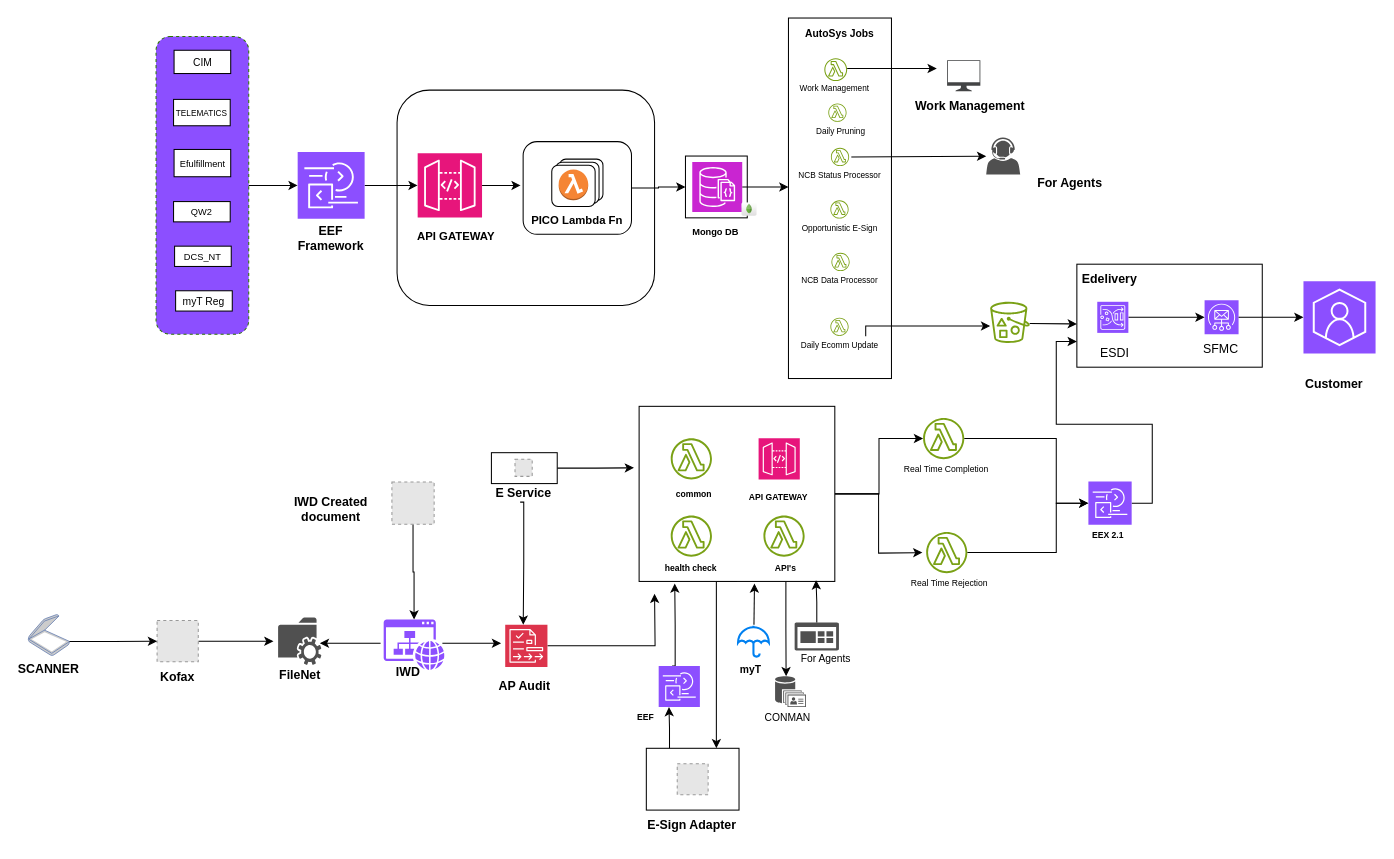
Above: page "Page-4" (4 of 4) of Untitled Diagram.drawio in vigneshsdev/ServerlessArchitectureDiagrams (draw.io), before the change. Source tidied: cells renumbered, new cells numbered last; positions are measured from the earlier drawing's top-left corner, leaving out a move shared by most shapes. Both pictures are drawn from the tidied source at 103%, with x=0, y=0 at pixel (18, 18). Pictures stored in the file or linked from it are replaced by grey dashed boxes.
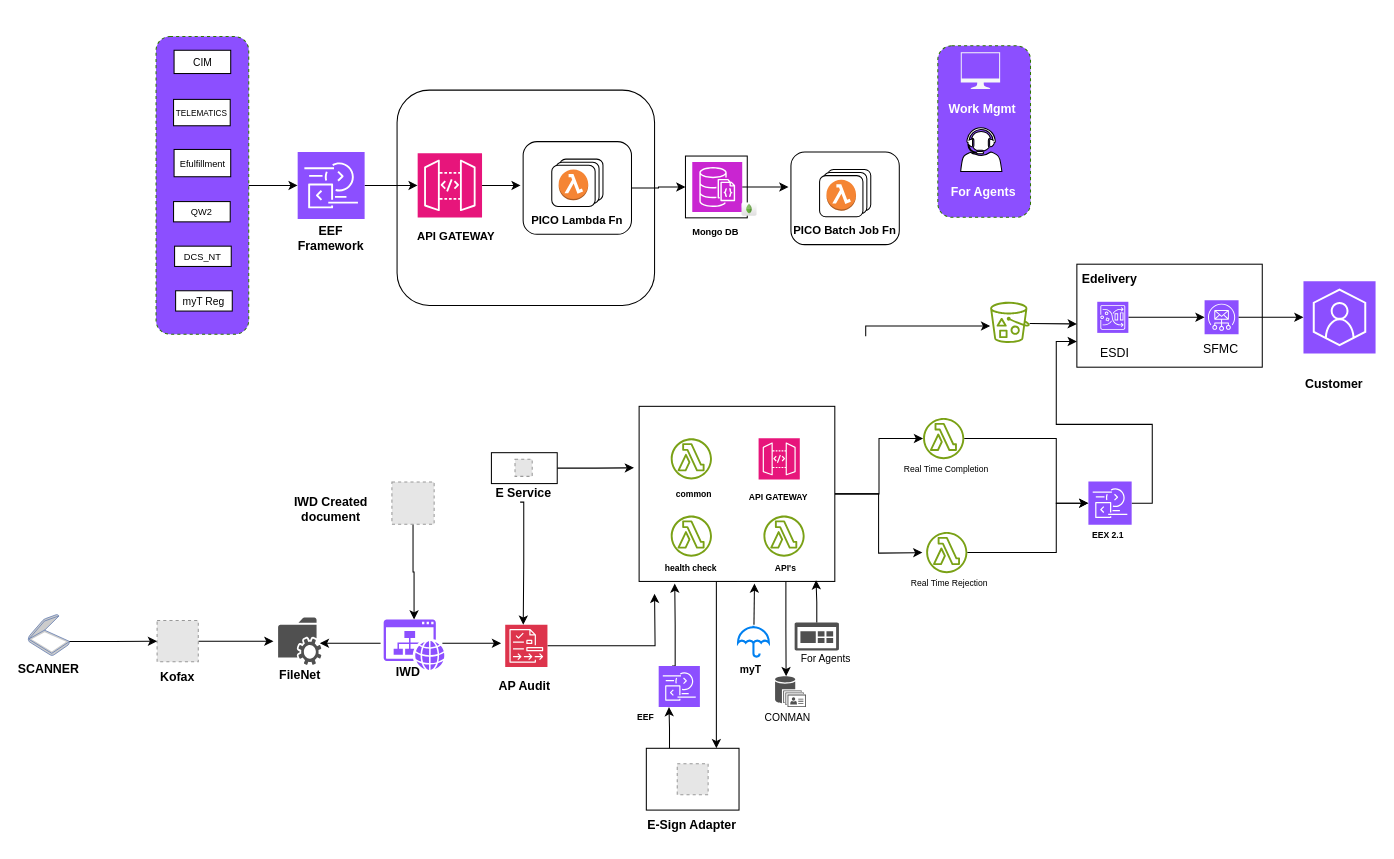
After the change.

The change refers to these unchanged cells:
```xml
<mxCell id="38" style="sketch=0;outlineConnect=0;fontColor=#232F3E;gradientColor=none;fillColor=#7AA116;strokeColor=none;dashed=0;verticalLabelPosition=bottom;verticalAlign=top;align=center;html=1;fontSize=12;fontStyle=0;shape=mxgraph.aws4.bucket_with_objects;" parent="1" vertex="1">
  <mxGeometry x="943.8" y="275.5" width="38.5" height="40" as="geometry" />
</mxCell>
```

Change to the diagram source:
```diff
@@
-    <mxCell id="12" style="group;" parent="1" vertex="1">
-      <mxGeometry x="748" width="101" height="350" as="geometry" />
-    </mxCell>
-    <mxCell id="13" style="rounded=0;whiteSpace=wrap;html=1;" parent="12" vertex="1">
-      <mxGeometry width="100" height="350" as="geometry" />
-    </mxCell>
-    <mxCell id="14" value="&lt;div style=&quot;&quot;&gt;&lt;font size=&quot;1&quot;&gt;&lt;b&gt;AutoSys Jobs&lt;/b&gt;&lt;/font&gt;&lt;/div&gt;" style="text;html=1;align=center;verticalAlign=middle;whiteSpace=wrap;rounded=0;" parent="12" vertex="1">
-      <mxGeometry width="100" height="30" as="geometry" />
-    </mxCell>
-    <mxCell id="15" style="group;" parent="12" vertex="1">
-      <mxGeometry x="10" y="39" width="70" height="31" as="geometry" />
-    </mxCell>
-    <mxCell id="16" value="&lt;div style=&quot;&quot;&gt;&lt;span style=&quot;font-size: 8px;&quot;&gt;Work Management&lt;/span&gt;&lt;/div&gt;" style="text;html=1;align=center;verticalAlign=middle;whiteSpace=wrap;rounded=0;" parent="15" vertex="1">
-      <mxGeometry y="22" width="70" height="12.4" as="geometry" />
-    </mxCell>
-    <mxCell id="17" style="sketch=0;fontColor=#232F3E;gradientColor=none;fillColor=#7AA116;strokeColor=none;dashed=0;verticalLabelPosition=bottom;verticalAlign=top;align=center;html=1;fontSize=12;fontStyle=0;shape=mxgraph.aws4.lambda_function;" parent="15" vertex="1">
-      <mxGeometry x="24.8" width="22.2" height="22.2" as="geometry" />
-    </mxCell>
-    <mxCell id="18" style="endArrow=classic;html=1;rounded=0;" parent="15" edge="1">
-      <mxGeometry relative="1" as="geometry">
-        <mxPoint x="47" y="10" as="sourcePoint" />
-        <mxPoint x="134" y="10" as="targetPoint" />
-      </mxGeometry>
-    </mxCell>
-    <mxCell id="19" style="endArrow=classic;html=1;rounded=0;" parent="15" edge="1" target="37">
-      <mxGeometry relative="1" as="geometry">
-        <mxPoint x="51" y="96" as="sourcePoint" />
-      </mxGeometry>
-    </mxCell>
-    <mxCell id="20" style="group;" parent="12" vertex="1">
-      <mxGeometry x="1" y="83" width="100" height="40" as="geometry" />
-    </mxCell>
-    <mxCell id="21" value="&lt;div style=&quot;&quot;&gt;&lt;span style=&quot;font-size: 8px;&quot;&gt;Daily Pruning&lt;/span&gt;&lt;/div&gt;" style="text;html=1;align=center;verticalAlign=middle;whiteSpace=wrap;rounded=0;" parent="20" vertex="1">
-      <mxGeometry y="18" width="100" height="16" as="geometry" />
-    </mxCell>
-    <mxCell id="22" style="sketch=0;fontColor=#232F3E;gradientColor=none;fillColor=#7AA116;strokeColor=none;dashed=0;verticalLabelPosition=bottom;verticalAlign=top;align=center;html=1;fontSize=12;fontStyle=0;shape=mxgraph.aws4.lambda_function;" parent="20" vertex="1">
-      <mxGeometry x="37.7" width="17.7" height="17.7" as="geometry" />
-    </mxCell>
-    <mxCell id="23" style="group;" parent="12" vertex="1">
-      <mxGeometry y="126" width="100" height="40" as="geometry" />
-    </mxCell>
-    <mxCell id="24" value="&lt;div style=&quot;&quot;&gt;&lt;span style=&quot;font-size: 8px;&quot;&gt;NCB Status Processor&lt;/span&gt;&lt;/div&gt;" style="text;html=1;align=center;verticalAlign=middle;whiteSpace=wrap;rounded=0;" parent="23" vertex="1">
-      <mxGeometry y="18" width="100" height="16" as="geometry" />
-    </mxCell>
-    <mxCell id="25" style="sketch=0;fontColor=#232F3E;gradientColor=none;fillColor=#7AA116;strokeColor=none;dashed=0;verticalLabelPosition=bottom;verticalAlign=top;align=center;html=1;fontSize=12;fontStyle=0;shape=mxgraph.aws4.lambda_function;" parent="23" vertex="1">
-      <mxGeometry x="41.2" width="17.7" height="17.7" as="geometry" />
-    </mxCell>
-    <mxCell id="26" style="group;" parent="12" vertex="1">
-      <mxGeometry y="177" width="100" height="40" as="geometry" />
-    </mxCell>
-    <mxCell id="27" value="&lt;div style=&quot;&quot;&gt;&lt;span style=&quot;font-size: 8px;&quot;&gt;Opportunistic E-Sign&lt;/span&gt;&lt;/div&gt;" style="text;html=1;align=center;verticalAlign=middle;whiteSpace=wrap;rounded=0;" parent="26" vertex="1">
-      <mxGeometry y="18" width="100" height="16" as="geometry" />
-    </mxCell>
-    <mxCell id="28" style="sketch=0;fontColor=#232F3E;gradientColor=none;fillColor=#7AA116;strokeColor=none;dashed=0;verticalLabelPosition=bottom;verticalAlign=top;align=center;html=1;fontSize=12;fontStyle=0;shape=mxgraph.aws4.lambda_function;" parent="26" vertex="1">
-      <mxGeometry x="40.7" width="17.7" height="17.7" as="geometry" />
-    </mxCell>
-    <mxCell id="29" style="group;" parent="12" vertex="1">
-      <mxGeometry y="228" width="100" height="40" as="geometry" />
-    </mxCell>
-    <mxCell id="30" value="&lt;div style=&quot;&quot;&gt;&lt;span style=&quot;font-size: 8px;&quot;&gt;NCB Data Processor&lt;/span&gt;&lt;/div&gt;" style="text;html=1;align=center;verticalAlign=middle;whiteSpace=wrap;rounded=0;" parent="29" vertex="1">
-      <mxGeometry y="18" width="100" height="16" as="geometry" />
-    </mxCell>
-    <mxCell id="31" style="sketch=0;fontColor=#232F3E;gradientColor=none;fillColor=#7AA116;strokeColor=none;dashed=0;verticalLabelPosition=bottom;verticalAlign=top;align=center;html=1;fontSize=12;fontStyle=0;shape=mxgraph.aws4.lambda_function;" parent="29" vertex="1">
-      <mxGeometry x="41.7" width="17.7" height="17.7" as="geometry" />
-    </mxCell>
-    <mxCell id="32" style="group;" parent="12" vertex="1">
-      <mxGeometry y="291" width="100" height="40" as="geometry" />
-    </mxCell>
-    <mxCell id="33" value="&lt;div style=&quot;&quot;&gt;&lt;span style=&quot;font-size: 8px;&quot;&gt;Daily Ecomm Update&lt;/span&gt;&lt;/div&gt;" style="text;html=1;align=center;verticalAlign=middle;whiteSpace=wrap;rounded=0;" parent="32" vertex="1">
-      <mxGeometry y="18" width="100" height="16" as="geometry" />
-    </mxCell>
-    <mxCell id="34" style="sketch=0;fontColor=#232F3E;gradientColor=none;fillColor=#7AA116;strokeColor=none;dashed=0;verticalLabelPosition=bottom;verticalAlign=top;align=center;html=1;fontSize=12;fontStyle=0;shape=mxgraph.aws4.lambda_function;" parent="32" vertex="1">
-      <mxGeometry x="40.7" width="17.7" height="17.7" as="geometry" />
-    </mxCell>
-    <mxCell id="35" style="sketch=0;shadow=0;dashed=0;html=1;strokeColor=none;fillColor=#434445;labelPosition=center;verticalLabelPosition=bottom;verticalAlign=top;align=center;shape=mxgraph.vvd.monitor;" parent="1" vertex="1">
-      <mxGeometry x="902" y="41" width="32.3" height="30" as="geometry" />
-    </mxCell>
-    <mxCell id="36" value="&lt;b&gt;Work Management&lt;/b&gt;" style="text;html=1;align=center;verticalAlign=middle;whiteSpace=wrap;rounded=0;" parent="1" vertex="1">
-      <mxGeometry x="862.2" y="71" width="125" height="30" as="geometry" />
-    </mxCell>
-    <mxCell id="37" style="sketch=0;shadow=0;dashed=0;html=1;strokeColor=none;fillColor=#505050;labelPosition=center;verticalLabelPosition=bottom;verticalAlign=top;outlineConnect=0;align=center;shape=mxgraph.office.users.call_center_agent;" parent="1" vertex="1">
-      <mxGeometry x="940" y="116" width="33" height="36" as="geometry" />
-    </mxCell>
@@
-    <mxCell id="43" value="&lt;b&gt;For Agents&lt;/b&gt;" style="text;html=1;align=center;verticalAlign=middle;whiteSpace=wrap;rounded=0;" parent="1" vertex="1">
-      <mxGeometry x="981.2" y="146" width="81" height="30" as="geometry" />
-    </mxCell>
@@
-    <mxCell id="94" style="edgeStyle=orthogonalEdgeStyle;rounded=0;jettySize=auto;html=1;exitX=0.75;exitY=0;exitDx=0;exitDy=0;" parent="1" edge="1" source="33" target="38">
+    <mxCell id="94" style="edgeStyle=orthogonalEdgeStyle;rounded=0;jettySize=auto;html=1;exitX=0.75;exitY=0;exitDx=0;exitDy=0;" parent="1" edge="1" target="38">
       <mxGeometry relative="1" as="geometry">
+        <mxPoint x="823" y="309" as="sourcePoint" />
         <Array as="points">
           <mxPoint x="928" y="299" />
           <mxPoint x="928" y="299" />
         </Array>
       </mxGeometry>
     </mxCell>
@@
+    <mxCell id="147" style="group;" parent="1" vertex="1">
+      <mxGeometry x="748" y="130" width="110" height="91" as="geometry" />
+    </mxCell>
+    <mxCell id="148" style="rounded=1;whiteSpace=wrap;html=1;" parent="147" vertex="1">
+      <mxGeometry x="2.4" width="105.2" height="90" as="geometry" />
+    </mxCell>
+    <mxCell id="149" style="group;" parent="147" vertex="1">
+      <mxGeometry x="40.7" y="17" width="45.9" height="48" as="geometry" />
+    </mxCell>
+    <mxCell id="150" style="group;" parent="149" vertex="1">
+      <mxGeometry x="3.8" width="42.1" height="40" as="geometry" />
+    </mxCell>
+    <mxCell id="151" style="rounded=1;whiteSpace=wrap;html=1;" parent="150" vertex="1">
+      <mxGeometry x="-6.7" width="42.1" height="40" as="geometry" />
+    </mxCell>
+    <mxCell id="152" style="dashed=0;verticalLabelPosition=bottom;verticalAlign=top;align=center;html=1;shape=mxgraph.aws3.lambda_function;fillColor=#F58534;gradientColor=none;" parent="150" vertex="1">
+      <mxGeometry y="5" width="28.7" height="30" as="geometry" />
+    </mxCell>
+    <mxCell id="153" style="group;" parent="149" vertex="1">
+      <mxGeometry y="3" width="42.1" height="45" as="geometry" />
+    </mxCell>
+    <mxCell id="154" style="rounded=1;whiteSpace=wrap;html=1;" parent="153" vertex="1">
+      <mxGeometry x="-6.7" width="42.1" height="40" as="geometry" />
+    </mxCell>
+    <mxCell id="155" style="dashed=0;verticalLabelPosition=bottom;verticalAlign=top;align=center;html=1;shape=mxgraph.aws3.lambda_function;fillColor=#F58534;gradientColor=none;" parent="153" vertex="1">
+      <mxGeometry y="5" width="28.7" height="30" as="geometry" />
+    </mxCell>
+    <mxCell id="156" style="group;" parent="153" vertex="1">
+      <mxGeometry x="-10.5" y="3" width="42.1" height="40" as="geometry" />
+    </mxCell>
+    <mxCell id="157" style="rounded=1;whiteSpace=wrap;html=1;" parent="156" vertex="1">
+      <mxGeometry width="42.1" height="40" as="geometry" />
+    </mxCell>
+    <mxCell id="158" style="dashed=0;verticalLabelPosition=bottom;verticalAlign=top;align=center;html=1;shape=mxgraph.aws3.lambda_function;fillColor=#F58534;gradientColor=none;" parent="156" vertex="1">
+      <mxGeometry x="6.7" y="4" width="28.7" height="30" as="geometry" />
+    </mxCell>
+    <mxCell id="159" value="&lt;span style=&quot;font-size: 11px;&quot;&gt;&lt;b&gt;PICO Batch Job Fn&lt;/b&gt;&lt;/span&gt;" style="text;html=1;align=center;verticalAlign=middle;whiteSpace=wrap;rounded=0;" parent="147" vertex="1">
+      <mxGeometry y="61" width="110" height="30" as="geometry" />
+    </mxCell>
+    <mxCell id="160" style="group;" parent="1" vertex="1">
+      <mxGeometry x="893" y="27" width="107.5" height="170" as="geometry" />
+    </mxCell>
+    <mxCell id="161" style="group;" parent="160" vertex="1">
+      <mxGeometry width="107.5" height="170" as="geometry" />
+    </mxCell>
+    <mxCell id="162" style="group;fillColor=default;" parent="161" vertex="1">
+      <mxGeometry width="90" height="170" as="geometry" />
+    </mxCell>
+    <mxCell id="163" style="group;" parent="161" vertex="1">
+      <mxGeometry x="-19.5" width="125" height="166.5" as="geometry" />
+    </mxCell>
+    <mxCell id="164" style="rounded=1;whiteSpace=wrap;html=1;dashed=1;fillColor=#8c4fff;fontColor=#ffffff;strokeColor=#2D7600;" parent="163" vertex="1">
+      <mxGeometry x="19.5" width="90" height="166.5" as="geometry" />
+    </mxCell>
+    <mxCell id="35" style="sketch=0;shadow=0;dashed=0;html=1;strokeColor=none;fillColor=#f5f7f9;labelPosition=center;verticalLabelPosition=bottom;verticalAlign=top;align=center;shape=mxgraph.vvd.monitor;" parent="163" vertex="1">
+      <mxGeometry x="41.8" y="6.3" width="38.2" height="35.6" as="geometry" />
+    </mxCell>
+    <mxCell id="36" value="&lt;b&gt;&lt;font color=&quot;#ffffff&quot;&gt;Work Mgmt&lt;/font&gt;&lt;/b&gt;" style="text;html=1;align=center;verticalAlign=middle;whiteSpace=wrap;rounded=0;" parent="163" vertex="1">
+      <mxGeometry y="53.6" width="125" height="17.3" as="geometry" />
+    </mxCell>
+    <mxCell id="43" value="&lt;b&gt;&lt;font color=&quot;#ffffff&quot;&gt;For Agents&lt;/font&gt;&lt;/b&gt;" style="text;html=1;align=center;verticalAlign=middle;whiteSpace=wrap;rounded=0;" parent="163" vertex="1">
+      <mxGeometry x="23" y="138.3" width="81" height="7.2" as="geometry" />
+    </mxCell>
+    <mxCell id="37" style="sketch=0;shadow=0;dashed=0;html=1;labelPosition=center;verticalLabelPosition=bottom;verticalAlign=top;outlineConnect=0;align=center;shape=mxgraph.office.users.call_center_agent;" parent="160" vertex="1">
+      <mxGeometry x="22.2" y="79.5" width="40" height="42.5" as="geometry" />
+    </mxCell>
```
